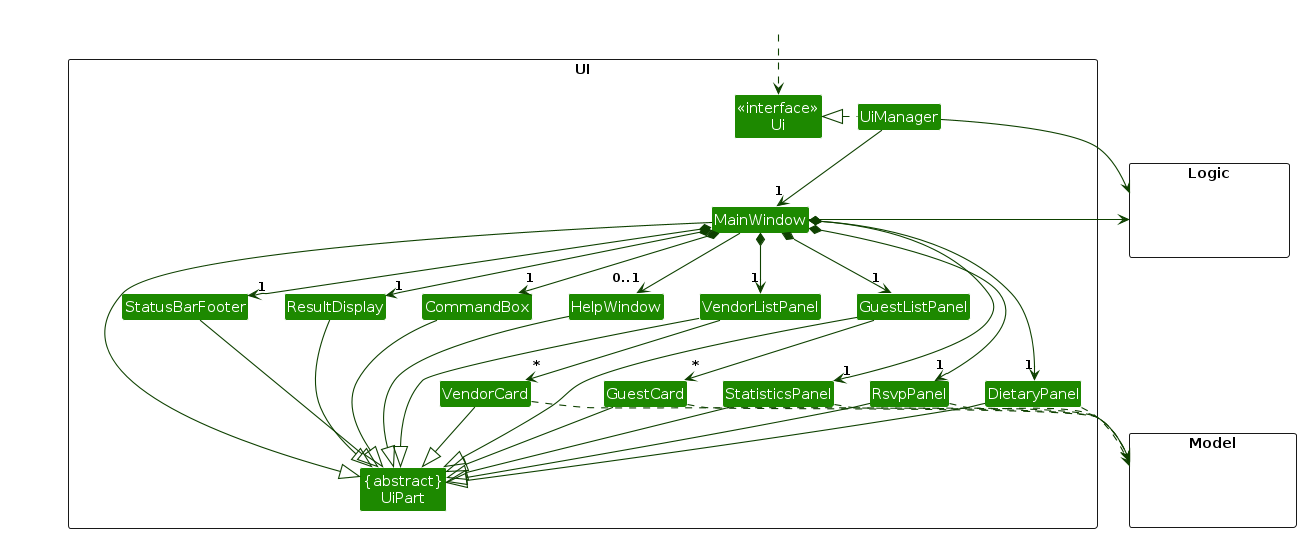
Above: diagrams/UiClassDiagram.png in keaganpzh/tp (PlantUML), before the change. Its source is kept beside it as diagrams/UiClassDiagram.puml.
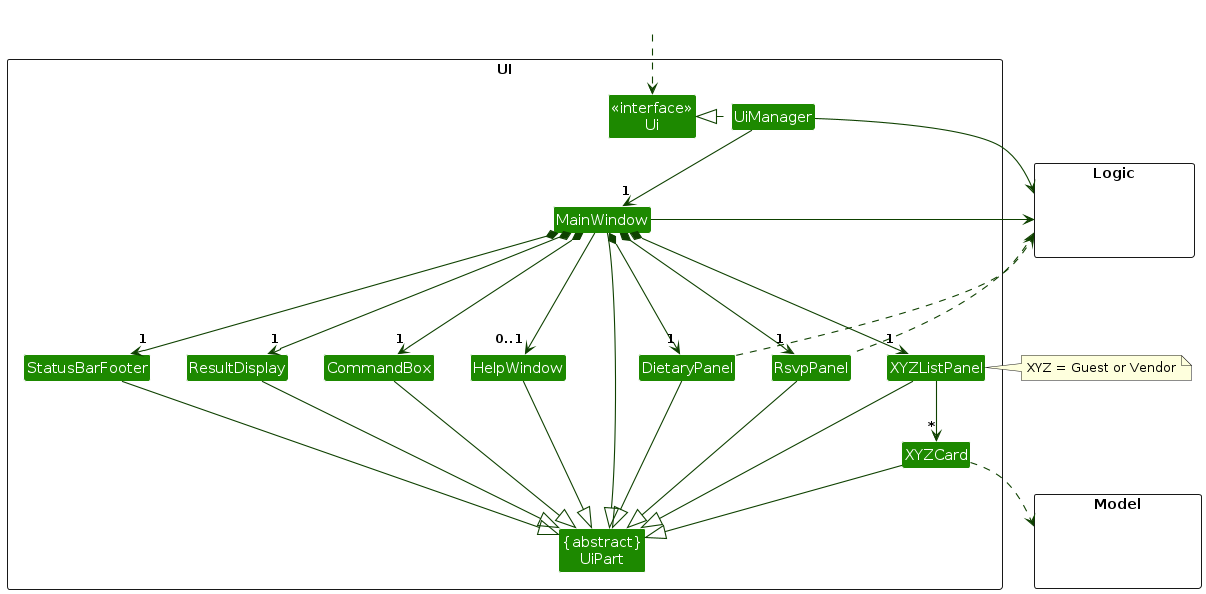
The same diagram one commit later.

The edit, as a diff of the source:
```diff
@@ -11,13 +11,10 @@
 Class MainWindow
 Class HelpWindow
 Class ResultDisplay
-Class GuestListPanel
-Class GuestCard
-Class VendorListPanel
-Class VendorCard
+Class XYZListPanel
+Class XYZCard
 Class StatusBarFooter
 Class CommandBox
-Class StatisticsPanel
 Class RsvpPanel
 Class DietaryPanel
 }
@@ -35,43 +32,38 @@
 
 UiManager .left.|> Ui
 UiManager -down-> "1" MainWindow
-MainWindow *-down->  "1" CommandBox
+MainWindow *-down-->  "1" CommandBox
 MainWindow *-down-> "1" ResultDisplay
-MainWindow *-down-> "1" GuestListPanel
-MainWindow *-down-> "1" VendorListPanel
+MainWindow *-down-> "1" XYZListPanel
 MainWindow *-down-> "1" StatusBarFooter
-MainWindow *-down-> "1" StatisticsPanel
-MainWindow *-down-> "1" RsvpPanel
-MainWindow *-down-> "1" DietaryPanel
+MainWindow *-up-> "1" RsvpPanel
+MainWindow *-up-> "1" DietaryPanel
 MainWindow --> "0..1" HelpWindow
 
-GuestListPanel -down-> "*" GuestCard
-VendorListPanel -down-> "*" VendorCard
+XYZListPanel -down-> "*" XYZCard
+
+note right of XYZListPanel: XYZ = Guest or Vendor
 
 MainWindow -left-|> UiPart
 
 ResultDisplay --|> UiPart
 CommandBox --|> UiPart
-GuestListPanel --|> UiPart
-GuestCard --|> UiPart
-VendorListPanel --|> UiPart
-VendorCard --|> UiPart
+XYZListPanel --|> UiPart
+XYZCard --|> UiPart
 StatusBarFooter --|> UiPart
-StatisticsPanel --|> UiPart
 RsvpPanel --|> UiPart
 DietaryPanel --|> UiPart
 HelpWindow --|> UiPart
 
-StatisticsPanel ..> Model
-RsvpPanel ..> Model
-DietaryPanel ..> Model
-GuestCard ..> Model
-VendorCard ..> Model
+RsvpPanel .up.> Logic
+DietaryPanel .up.> Logic
+XYZCard .down.> Model
 UiManager -right-> Logic
 MainWindow -left-> Logic
 
-GuestListPanel -[hidden]left- HelpWindow
-VendorListPanel -[hidden]left- HelpWindow
+XYZListPanel -[hidden]left- RsvpPanel
+RsvpPanel -[hidden]left- DietaryPanel
+DietaryPanel -[hidden]left- HelpWindow
 HelpWindow -[hidden]left- CommandBox
 CommandBox -[hidden]left- ResultDisplay
 ResultDisplay -[hidden]left- StatusBarFooter
```
